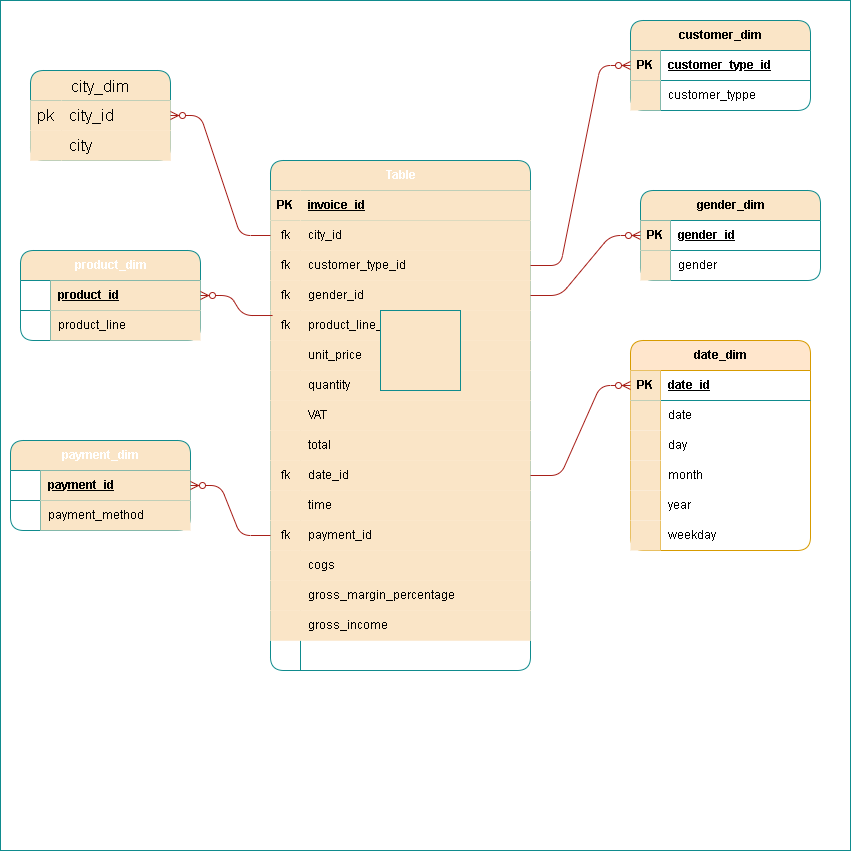
Earlier version of the draw.io export WalmartModel.drawio.png (kayikalvin/Walmart-DataAnalysis). Source tidied: cells renumbered, new cells last; positions are measured from the earlier drawing's top-left corner, leaving out a move shared by most shapes.
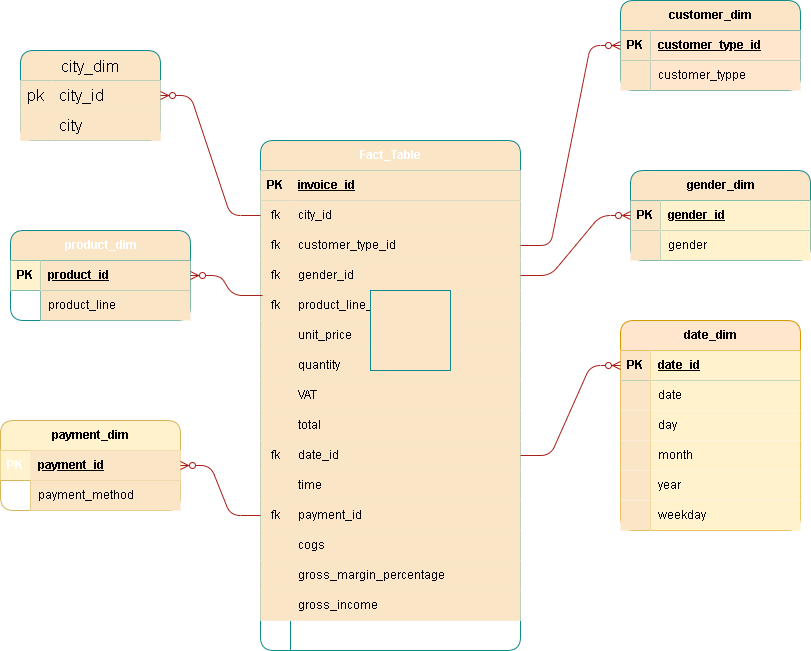
Above is the later version.

The edit, as a diff of the source:
```diff
@@ -2,10 +2,7 @@
   <root>
     <mxCell id="0" />
     <mxCell id="1" parent="0" />
-    <mxCell id="2" style="whiteSpace=wrap;html=1;strokeColor=#0F8B8D;fontColor=#143642;fillColor=#FFFFFF;" parent="1" vertex="1">
-      <mxGeometry width="850" height="850" as="geometry" />
-    </mxCell>
-    <mxCell id="3" value="Table" style="shape=table;startSize=30;rowLines=0;fontStyle=1;align=center;html=1;labelBackgroundColor=none;rounded=1;fillColor=#FAE5C7;strokeColor=#0F8B8D;fontColor=#FFFFFF;" parent="1" vertex="1">
+    <mxCell id="3" value="Fact_Table" style="shape=table;startSize=30;rowLines=0;fontStyle=1;align=center;html=1;labelBackgroundColor=none;rounded=1;fillColor=#FAE5C7;strokeColor=#0F8B8D;fontColor=#FFFFFF;" parent="1" vertex="1">
       <mxGeometry x="270" y="160" width="260" height="510" as="geometry" />
     </mxCell>
     <mxCell id="4" style="shape=tableRow;horizontal=0;startSize=0;swimlaneHead=0;swimlaneBody=0;top=0;left=0;right=0;bottom=1;shadow=0;labelBackgroundColor=none;rounded=1;fillColor=#FAE5C7;strokeColor=#0F8B8D;fontColor=#000000;" parent="3" vertex="1">
@@ -185,7 +182,7 @@
     <mxCell id="62" value="PK" style="shape=partialRectangle;top=0;left=0;bottom=0;right=0;fontStyle=1;overflow=hidden;whiteSpace=wrap;html=1;shadow=0;labelBackgroundColor=none;rounded=1;fillColor=#FAE5C7;strokeColor=#0F8B8D;fontColor=#000000;" parent="61" vertex="1">
       <mxGeometry width="30" height="30" as="geometry" />
     </mxCell>
-    <mxCell id="63" value="customer_type_id" style="shape=partialRectangle;fillColor=none;top=0;left=0;bottom=0;right=0;align=left;spacingLeft=6;fontStyle=5;overflow=hidden;whiteSpace=wrap;html=1;labelBackgroundColor=none;rounded=1;strokeColor=#0F8B8D;fontColor=#000000;" parent="61" vertex="1">
+    <mxCell id="63" value="customer_type_id" style="shape=partialRectangle;fillColor=#ffe6cc;top=0;left=0;bottom=0;right=0;align=left;spacingLeft=6;fontStyle=5;overflow=hidden;whiteSpace=wrap;html=1;labelBackgroundColor=none;rounded=1;strokeColor=#d79b00;" parent="61" vertex="1">
       <mxGeometry x="30" width="150" height="30" as="geometry" />
     </mxCell>
     <mxCell id="64" style="shape=tableRow;horizontal=0;startSize=0;swimlaneHead=0;swimlaneBody=0;fillColor=none;top=0;left=0;right=0;bottom=0;labelBackgroundColor=none;rounded=1;strokeColor=#0F8B8D;fontColor=#000000;" parent="60" vertex="1">
@@ -194,13 +191,13 @@
     <mxCell id="65" style="shape=partialRectangle;top=0;left=0;bottom=0;right=0;overflow=hidden;whiteSpace=wrap;html=1;shadow=0;labelBackgroundColor=none;rounded=1;fillColor=#FAE5C7;strokeColor=#0F8B8D;fontColor=#000000;" parent="64" vertex="1">
       <mxGeometry width="30" height="30" as="geometry" />
     </mxCell>
-    <mxCell id="66" value="customer_typpe" style="shape=partialRectangle;fillColor=none;top=0;left=0;bottom=0;right=0;align=left;spacingLeft=6;overflow=hidden;whiteSpace=wrap;html=1;labelBackgroundColor=none;rounded=1;strokeColor=#0F8B8D;fontColor=#000000;" parent="64" vertex="1">
+    <mxCell id="66" value="customer_typpe" style="shape=partialRectangle;fillColor=#ffe6cc;top=0;left=0;bottom=0;right=0;align=left;spacingLeft=6;overflow=hidden;whiteSpace=wrap;html=1;labelBackgroundColor=none;rounded=1;strokeColor=#d79b00;" parent="64" vertex="1">
       <mxGeometry x="30" width="150" height="30" as="geometry" />
     </mxCell>
     <mxCell id="67" style="edgeStyle=entityRelationEdgeStyle;fontSize=12;html=1;endArrow=ERzeroToMany;endFill=1;rounded=1;shadow=0;labelBackgroundColor=none;fontColor=#000000;strokeColor=#A8201A;" parent="1" edge="1" source="10" target="61">
       <mxGeometry relative="1" as="geometry" />
     </mxCell>
-    <mxCell id="68" value="gender_dim" style="shape=table;startSize=30;rowLines=0;fontStyle=1;align=center;html=1;labelBackgroundColor=none;rounded=1;fillColor=#FAE5C7;strokeColor=#0F8B8D;fontColor=#000000;" parent="1" vertex="1">
+    <mxCell id="68" value="gender_dim" style="shape=table;startSize=30;rowLines=0;fontStyle=1;align=center;html=1;labelBackgroundColor=none;rounded=1;fillColor=#FAE5C7;strokeColor=#0F8B8D;fontColor=#000000;fillStyle=auto;gradientColor=none;" parent="1" vertex="1">
       <mxGeometry x="640" y="190" width="180" height="90" as="geometry" />
     </mxCell>
     <mxCell id="69" style="shape=tableRow;horizontal=0;startSize=0;swimlaneHead=0;swimlaneBody=0;fillColor=none;points=[[0,0.5],[1,0.5]];portConstraint=eastwest;top=0;left=0;right=0;bottom=1;labelBackgroundColor=none;rounded=1;strokeColor=#0F8B8D;fontColor=#000000;" parent="68" vertex="1">
@@ -209,7 +206,7 @@
     <mxCell id="70" value="PK" style="shape=partialRectangle;top=0;left=0;bottom=0;right=0;fontStyle=1;overflow=hidden;whiteSpace=wrap;html=1;shadow=0;labelBackgroundColor=none;rounded=1;fillColor=#FAE5C7;strokeColor=#0F8B8D;fontColor=#000000;" parent="69" vertex="1">
       <mxGeometry width="30" height="30" as="geometry" />
     </mxCell>
-    <mxCell id="71" value="gender_id" style="shape=partialRectangle;fillColor=none;top=0;left=0;bottom=0;right=0;align=left;spacingLeft=6;fontStyle=5;overflow=hidden;whiteSpace=wrap;html=1;labelBackgroundColor=none;rounded=1;strokeColor=#0F8B8D;fontColor=#000000;" parent="69" vertex="1">
+    <mxCell id="71" value="gender_id" style="shape=partialRectangle;fillColor=#FFF2CC;top=0;left=0;bottom=0;right=0;align=left;spacingLeft=6;fontStyle=5;overflow=hidden;whiteSpace=wrap;html=1;labelBackgroundColor=none;rounded=1;strokeColor=#0F8B8D;fontColor=#000000;" parent="69" vertex="1">
       <mxGeometry x="30" width="150" height="30" as="geometry" />
     </mxCell>
     <mxCell id="72" style="shape=tableRow;horizontal=0;startSize=0;swimlaneHead=0;swimlaneBody=0;fillColor=none;top=0;left=0;right=0;bottom=0;labelBackgroundColor=none;rounded=1;strokeColor=#0F8B8D;fontColor=#000000;" parent="68" vertex="1">
@@ -218,7 +215,7 @@
     <mxCell id="73" style="shape=partialRectangle;top=0;left=0;bottom=0;right=0;overflow=hidden;whiteSpace=wrap;html=1;shadow=0;labelBackgroundColor=none;rounded=1;fillColor=#FAE5C7;strokeColor=#0F8B8D;fontColor=#000000;" parent="72" vertex="1">
       <mxGeometry width="30" height="30" as="geometry" />
     </mxCell>
-    <mxCell id="74" value="gender" style="shape=partialRectangle;fillColor=none;top=0;left=0;bottom=0;right=0;align=left;spacingLeft=6;overflow=hidden;whiteSpace=wrap;html=1;labelBackgroundColor=none;rounded=1;strokeColor=#0F8B8D;fontColor=#000000;" parent="72" vertex="1">
+    <mxCell id="74" value="gender" style="shape=partialRectangle;fillColor=#FFF2CC;top=0;left=0;bottom=0;right=0;align=left;spacingLeft=6;overflow=hidden;whiteSpace=wrap;html=1;labelBackgroundColor=none;rounded=1;strokeColor=#0F8B8D;fontColor=#000000;" parent="72" vertex="1">
       <mxGeometry x="30" width="150" height="30" as="geometry" />
     </mxCell>
     <mxCell id="75" style="edgeStyle=entityRelationEdgeStyle;fontSize=12;html=1;endArrow=ERzeroToMany;endFill=1;rounded=1;shadow=0;labelBackgroundColor=none;fontColor=#000000;strokeColor=#A8201A;" parent="1" edge="1" source="13" target="69">
@@ -230,7 +227,7 @@
     <mxCell id="77" style="shape=tableRow;horizontal=0;startSize=0;swimlaneHead=0;swimlaneBody=0;fillColor=none;points=[[0,0.5],[1,0.5]];portConstraint=eastwest;top=0;left=0;right=0;bottom=1;labelBackgroundColor=none;rounded=1;strokeColor=#0F8B8D;fontColor=#FFFFFF;" parent="76" vertex="1">
       <mxGeometry y="30" width="180" height="30" as="geometry" />
     </mxCell>
-    <mxCell id="78" value="PK" style="shape=partialRectangle;fillColor=none;top=0;left=0;bottom=0;right=0;fontStyle=1;overflow=hidden;whiteSpace=wrap;html=1;labelBackgroundColor=none;rounded=1;strokeColor=#0F8B8D;fontColor=#FFFFFF;" parent="77" vertex="1">
+    <mxCell id="78" value="PK" style="shape=partialRectangle;fillColor=#fff2cc;top=0;left=0;bottom=0;right=0;fontStyle=1;overflow=hidden;whiteSpace=wrap;html=1;labelBackgroundColor=none;rounded=1;strokeColor=#d6b656;" parent="77" vertex="1">
       <mxGeometry width="30" height="30" as="geometry" />
     </mxCell>
     <mxCell id="79" value="product_id" style="shape=partialRectangle;top=0;left=0;bottom=0;right=0;align=left;spacingLeft=6;fontStyle=5;overflow=hidden;whiteSpace=wrap;html=1;shadow=0;labelBackgroundColor=none;rounded=1;fillColor=#FAE5C7;strokeColor=#0F8B8D;fontColor=#000000;" parent="77" vertex="1">
@@ -257,7 +254,7 @@
     <mxCell id="86" value="PK" style="shape=partialRectangle;top=0;left=0;bottom=0;right=0;fontStyle=1;overflow=hidden;whiteSpace=wrap;html=1;shadow=0;labelBackgroundColor=none;rounded=1;fillColor=#FAE5C7;strokeColor=#0F8B8D;fontColor=#000000;" parent="85" vertex="1">
       <mxGeometry width="30" height="30" as="geometry" />
     </mxCell>
-    <mxCell id="87" value="date_id" style="shape=partialRectangle;fillColor=none;top=0;left=0;bottom=0;right=0;align=left;spacingLeft=6;fontStyle=5;overflow=hidden;whiteSpace=wrap;html=1;labelBackgroundColor=none;rounded=1;strokeColor=#0F8B8D;fontColor=#000000;" parent="85" vertex="1">
+    <mxCell id="87" value="date_id" style="shape=partialRectangle;fillColor=#fff2cc;top=0;left=0;bottom=0;right=0;align=left;spacingLeft=6;fontStyle=5;overflow=hidden;whiteSpace=wrap;html=1;labelBackgroundColor=none;rounded=1;strokeColor=#d6b656;" parent="85" vertex="1">
       <mxGeometry x="30" width="150" height="30" as="geometry" />
     </mxCell>
     <mxCell id="88" style="shape=tableRow;horizontal=0;startSize=0;swimlaneHead=0;swimlaneBody=0;fillColor=none;top=0;left=0;right=0;bottom=0;labelBackgroundColor=none;rounded=1;strokeColor=#0F8B8D;fontColor=#000000;" parent="84" vertex="1">
@@ -266,7 +263,7 @@
     <mxCell id="89" style="shape=partialRectangle;top=0;left=0;bottom=0;right=0;overflow=hidden;whiteSpace=wrap;html=1;shadow=0;labelBackgroundColor=none;rounded=1;fillColor=#FAE5C7;strokeColor=#0F8B8D;fontColor=#000000;" parent="88" vertex="1">
       <mxGeometry width="30" height="30" as="geometry" />
     </mxCell>
-    <mxCell id="90" value="date" style="shape=partialRectangle;fillColor=none;top=0;left=0;bottom=0;right=0;align=left;spacingLeft=6;overflow=hidden;whiteSpace=wrap;html=1;labelBackgroundColor=none;rounded=1;strokeColor=#0F8B8D;fontColor=#000000;" parent="88" vertex="1">
+    <mxCell id="90" value="date" style="shape=partialRectangle;fillColor=#fff2cc;top=0;left=0;bottom=0;right=0;align=left;spacingLeft=6;overflow=hidden;whiteSpace=wrap;html=1;labelBackgroundColor=none;rounded=1;strokeColor=#d6b656;" parent="88" vertex="1">
       <mxGeometry x="30" width="150" height="30" as="geometry" />
     </mxCell>
     <mxCell id="91" style="shape=tableRow;horizontal=0;startSize=0;swimlaneHead=0;swimlaneBody=0;fillColor=none;top=0;left=0;right=0;bottom=0;labelBackgroundColor=none;rounded=1;strokeColor=#0F8B8D;fontColor=#000000;" parent="84" vertex="1">
@@ -275,7 +272,7 @@
     <mxCell id="92" style="shape=partialRectangle;top=0;left=0;bottom=0;right=0;overflow=hidden;whiteSpace=wrap;html=1;shadow=0;labelBackgroundColor=none;rounded=1;fillColor=#FAE5C7;strokeColor=#0F8B8D;fontColor=#000000;" parent="91" vertex="1">
       <mxGeometry width="30" height="30" as="geometry" />
     </mxCell>
-    <mxCell id="93" value="day" style="shape=partialRectangle;fillColor=none;top=0;left=0;bottom=0;right=0;align=left;spacingLeft=6;overflow=hidden;whiteSpace=wrap;html=1;labelBackgroundColor=none;rounded=1;strokeColor=#0F8B8D;fontColor=#000000;" parent="91" vertex="1">
+    <mxCell id="93" value="day" style="shape=partialRectangle;fillColor=#fff2cc;top=0;left=0;bottom=0;right=0;align=left;spacingLeft=6;overflow=hidden;whiteSpace=wrap;html=1;labelBackgroundColor=none;rounded=1;strokeColor=#d6b656;" parent="91" vertex="1">
       <mxGeometry x="30" width="150" height="30" as="geometry" />
     </mxCell>
     <mxCell id="94" style="shape=tableRow;horizontal=0;startSize=0;swimlaneHead=0;swimlaneBody=0;fillColor=none;top=0;left=0;right=0;bottom=0;labelBackgroundColor=none;rounded=1;strokeColor=#0F8B8D;fontColor=#000000;" parent="84" vertex="1">
@@ -284,7 +281,7 @@
     <mxCell id="95" style="shape=partialRectangle;top=0;left=0;bottom=0;right=0;overflow=hidden;whiteSpace=wrap;html=1;shadow=0;labelBackgroundColor=none;rounded=1;fillColor=#FAE5C7;strokeColor=#0F8B8D;fontColor=#000000;" parent="94" vertex="1">
       <mxGeometry width="30" height="30" as="geometry" />
     </mxCell>
-    <mxCell id="96" value="month" style="shape=partialRectangle;fillColor=none;top=0;left=0;bottom=0;right=0;align=left;spacingLeft=6;overflow=hidden;whiteSpace=wrap;html=1;labelBackgroundColor=none;rounded=1;strokeColor=#0F8B8D;fontColor=#000000;" parent="94" vertex="1">
+    <mxCell id="96" value="month" style="shape=partialRectangle;fillColor=#fff2cc;top=0;left=0;bottom=0;right=0;align=left;spacingLeft=6;overflow=hidden;whiteSpace=wrap;html=1;labelBackgroundColor=none;rounded=1;strokeColor=#d6b656;" parent="94" vertex="1">
       <mxGeometry x="30" width="150" height="30" as="geometry" />
     </mxCell>
     <mxCell id="97" style="shape=tableRow;horizontal=0;startSize=0;swimlaneHead=0;swimlaneBody=0;fillColor=none;top=0;left=0;right=0;bottom=0;labelBackgroundColor=none;rounded=1;strokeColor=#0F8B8D;fontColor=#000000;" parent="84" vertex="1">
@@ -293,7 +290,7 @@
     <mxCell id="98" style="shape=partialRectangle;top=0;left=0;bottom=0;right=0;overflow=hidden;whiteSpace=wrap;html=1;shadow=0;labelBackgroundColor=none;rounded=1;fillColor=#FAE5C7;strokeColor=#0F8B8D;fontColor=#000000;" parent="97" vertex="1">
       <mxGeometry width="30" height="30" as="geometry" />
     </mxCell>
-    <mxCell id="99" value="year" style="shape=partialRectangle;fillColor=none;top=0;left=0;bottom=0;right=0;align=left;spacingLeft=6;overflow=hidden;whiteSpace=wrap;html=1;labelBackgroundColor=none;rounded=1;strokeColor=#0F8B8D;fontColor=#000000;" parent="97" vertex="1">
+    <mxCell id="99" value="year" style="shape=partialRectangle;fillColor=#fff2cc;top=0;left=0;bottom=0;right=0;align=left;spacingLeft=6;overflow=hidden;whiteSpace=wrap;html=1;labelBackgroundColor=none;rounded=1;strokeColor=#d6b656;" parent="97" vertex="1">
       <mxGeometry x="30" width="150" height="30" as="geometry" />
     </mxCell>
     <mxCell id="100" style="shape=tableRow;horizontal=0;startSize=0;swimlaneHead=0;swimlaneBody=0;fillColor=none;top=0;left=0;right=0;bottom=0;labelBackgroundColor=none;rounded=1;strokeColor=#0F8B8D;fontColor=#000000;" parent="84" vertex="1">
@@ -302,16 +299,16 @@
     <mxCell id="101" style="shape=partialRectangle;top=0;left=0;bottom=0;right=0;overflow=hidden;whiteSpace=wrap;html=1;shadow=0;labelBackgroundColor=none;rounded=1;fillColor=#FAE5C7;strokeColor=#0F8B8D;fontColor=#000000;" parent="100" vertex="1">
       <mxGeometry width="30" height="30" as="geometry" />
     </mxCell>
-    <mxCell id="102" value="weekday" style="shape=partialRectangle;fillColor=none;top=0;left=0;bottom=0;right=0;align=left;spacingLeft=6;overflow=hidden;whiteSpace=wrap;html=1;labelBackgroundColor=none;rounded=1;strokeColor=#0F8B8D;fontColor=#000000;" parent="100" vertex="1">
+    <mxCell id="102" value="weekday" style="shape=partialRectangle;fillColor=#fff2cc;top=0;left=0;bottom=0;right=0;align=left;spacingLeft=6;overflow=hidden;whiteSpace=wrap;html=1;labelBackgroundColor=none;rounded=1;strokeColor=#d6b656;" parent="100" vertex="1">
       <mxGeometry x="30" width="150" height="30" as="geometry" />
     </mxCell>
     <mxCell id="103" style="edgeStyle=entityRelationEdgeStyle;fontSize=12;html=1;endArrow=ERzeroToMany;endFill=1;rounded=1;entryX=0;entryY=0.5;entryDx=0;entryDy=0;shadow=0;labelBackgroundColor=none;fontColor=#000000;strokeColor=#A8201A;" parent="1" edge="1" source="31" target="85">
       <mxGeometry relative="1" as="geometry" />
     </mxCell>
-    <mxCell id="104" value="payment_dim" style="shape=table;startSize=30;rowLines=0;fontStyle=1;align=center;html=1;labelBackgroundColor=none;rounded=1;fillColor=#FAE5C7;strokeColor=#0F8B8D;fontColor=#FFFFFF;" parent="1" vertex="1">
+    <mxCell id="104" value="payment_dim" style="shape=table;startSize=30;rowLines=0;fontStyle=1;align=center;html=1;labelBackgroundColor=none;rounded=1;fillColor=#fff2cc;strokeColor=#d6b656;" parent="1" vertex="1">
       <mxGeometry x="10" y="440" width="180" height="90" as="geometry" />
     </mxCell>
-    <mxCell id="105" style="shape=tableRow;horizontal=0;startSize=0;swimlaneHead=0;swimlaneBody=0;fillColor=none;points=[[0,0.5],[1,0.5]];portConstraint=eastwest;top=0;left=0;right=0;bottom=1;labelBackgroundColor=none;rounded=1;strokeColor=#0F8B8D;fontColor=#FFFFFF;" parent="104" vertex="1">
+    <mxCell id="105" style="shape=tableRow;horizontal=0;startSize=0;swimlaneHead=0;swimlaneBody=0;fillColor=#fff2cc;points=[[0,0.5],[1,0.5]];portConstraint=eastwest;top=0;left=0;right=0;bottom=1;labelBackgroundColor=none;rounded=1;strokeColor=#d6b656;" parent="104" vertex="1">
       <mxGeometry y="30" width="180" height="30" as="geometry" />
     </mxCell>
     <mxCell id="106" value="PK" style="shape=partialRectangle;fillColor=none;top=0;left=0;bottom=0;right=0;fontStyle=1;overflow=hidden;whiteSpace=wrap;html=1;labelBackgroundColor=none;rounded=1;strokeColor=#0F8B8D;fontColor=#FFFFFF;" parent="105" vertex="1">
```
